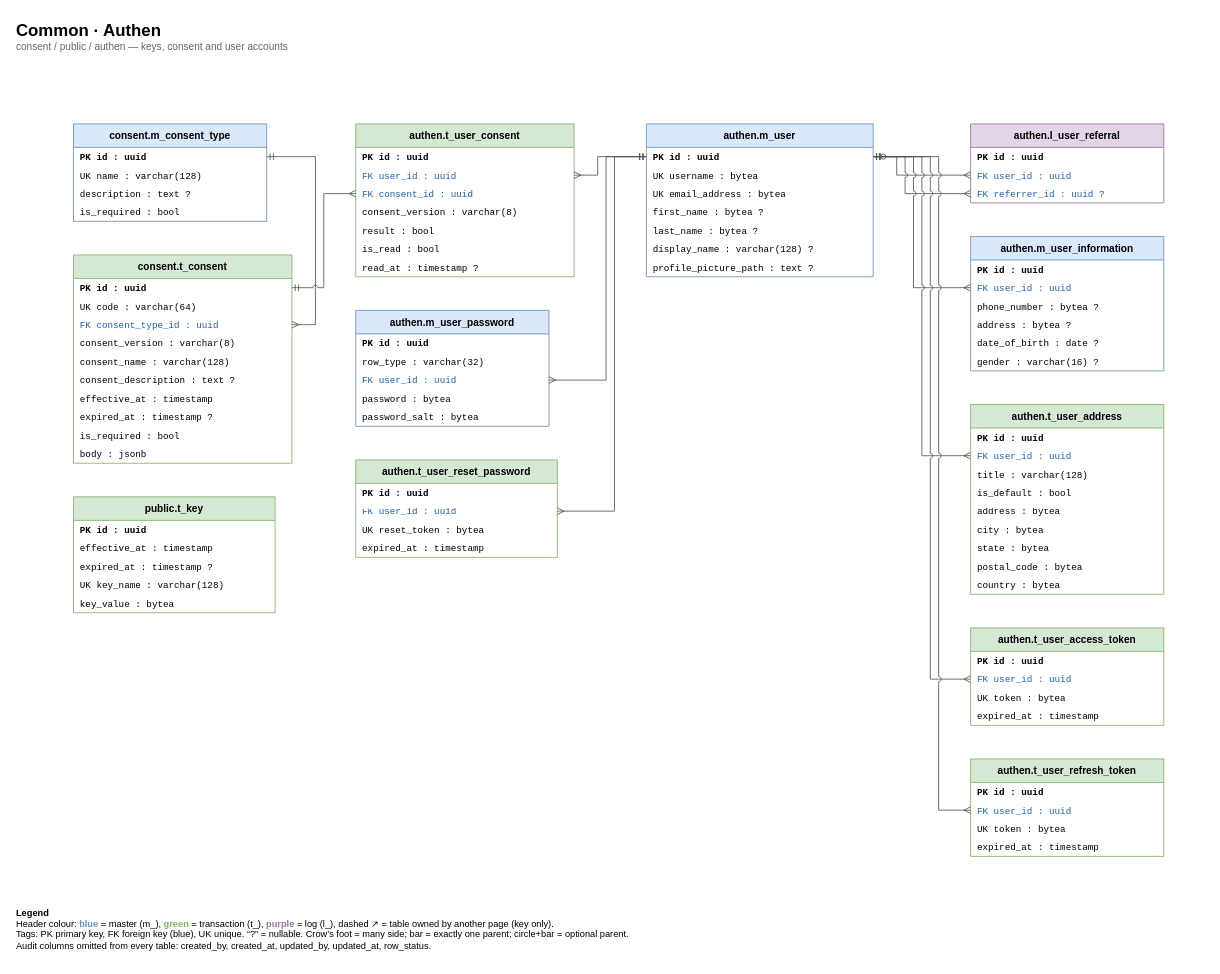
Earlier version of the draw.io diagram page "1 Common · Authen" (2 of 8) of e-commerce/db/er-diagram.drawio (ittikornsopawan/system-analysis-and-design). Source tidied: cells renumbered, new cells numbered last; positions are measured from the earlier drawing's top-left corner, leaving out a move shared by most shapes. Both pictures are drawn from the tidied source at 84%, with x=0, y=0 at pixel (14, 14).
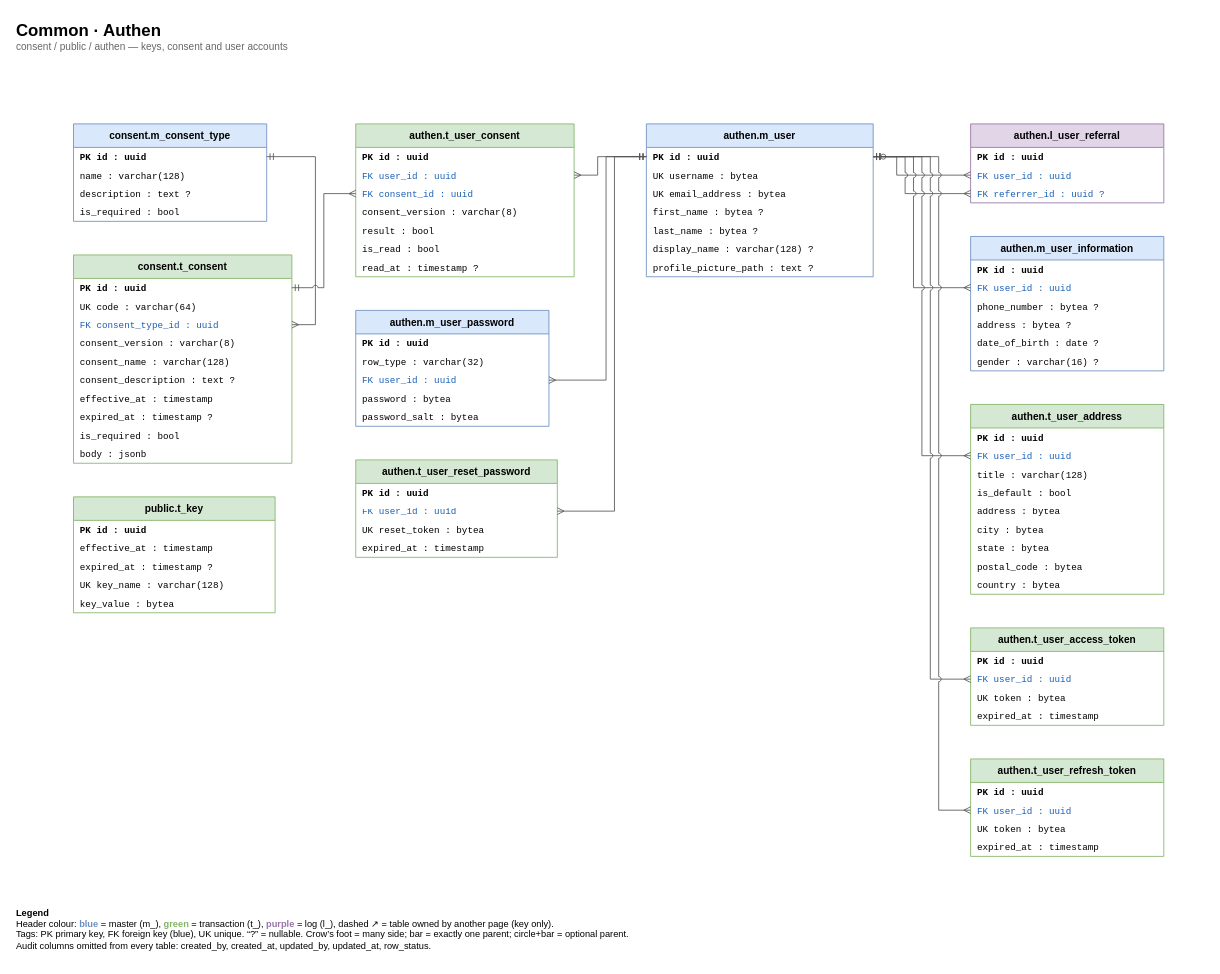
After the change.

Unchanged cells that the change refers to:
```xml
<mxCell id="3" value="consent.m_consent_type" style="swimlane;fontStyle=1;horizontal=1;startSize=28;fillColor=#dae8fc;strokeColor=#6c8ebf;swimlaneFillColor=#ffffff;fontSize=12;" parent="1" vertex="1">
  <mxGeometry x="70" y="130" width="230" height="116" as="geometry" />
</mxCell>
```

Change to the diagram source:
```diff
@@
-    <mxCell id="5" value="UK    name : varchar(128)" style="text;html=0;strokeColor=none;fillColor=none;align=left;verticalAlign=middle;spacingLeft=6;spacingRight=4;overflow=hidden;whiteSpace=nowrap;fontFamily=Courier New;fontSize=11;" parent="3" vertex="1">
+    <mxCell id="5" value="      name : varchar(128)" style="text;html=0;strokeColor=none;fillColor=none;align=left;verticalAlign=middle;spacingLeft=6;spacingRight=4;overflow=hidden;whiteSpace=nowrap;fontFamily=Courier New;fontSize=11;" parent="3" vertex="1">
       <mxGeometry y="50" width="230" height="22" as="geometry" />
     </mxCell>
```
